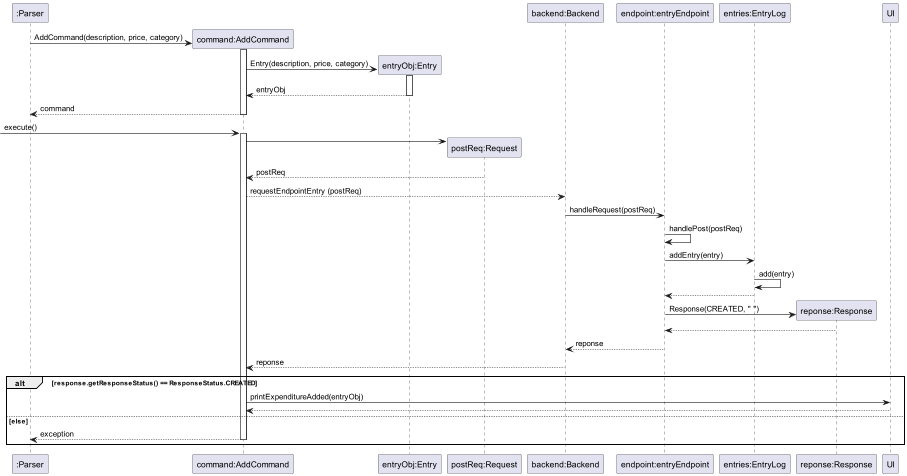
Earlier version of the PlantUML export docs/static/AddCommandSequenceDiagram.png (nus-cs2113-AY2223S2/tp). Its diagram source:
```plantuml
@startuml

participant ":Parser" as Parser
participant "command:AddCommand" as AddCommand
participant "entryObj:Entry" as Entry
participant "postReq:Request" as Request
participant "backend:Backend" as Backend
participant "endpoint:entryEndpoint" as Endpoint
participant "entries:EntryLog" as EntryLog
participant "reponse:Response" as Response
participant "UI" as UI

Parser -> AddCommand ** : AddCommand(description, price, category)
activate AddCommand
AddCommand -> Entry ** :Entry(description, price, category)
activate Entry
return entryObj
return command

-> AddCommand :execute()
activate AddCommand
AddCommand -> Request **
Request --> AddCommand : postReq
AddCommand --> Backend : requestEndpointEntry (postReq)
Backend -> Endpoint : handleRequest(postReq)
Endpoint -> Endpoint : handlePost(postReq)
Endpoint -> EntryLog : addEntry(entry)
EntryLog -> EntryLog : add(entry)
EntryLog --> Endpoint
Endpoint -> Response ** : Response(CREATED, " ")
Response --> Endpoint
Endpoint --> Backend : reponse
Backend --> AddCommand : reponse
alt response.getResponseStatus() == ResponseStatus.CREATED
    AddCommand -> UI : printExpenditureAdded(entryObj)
    UI --> AddCommand
else else
    AddCommand --> Parser : exception
        deactivate AddCommand
end







@enduml
```
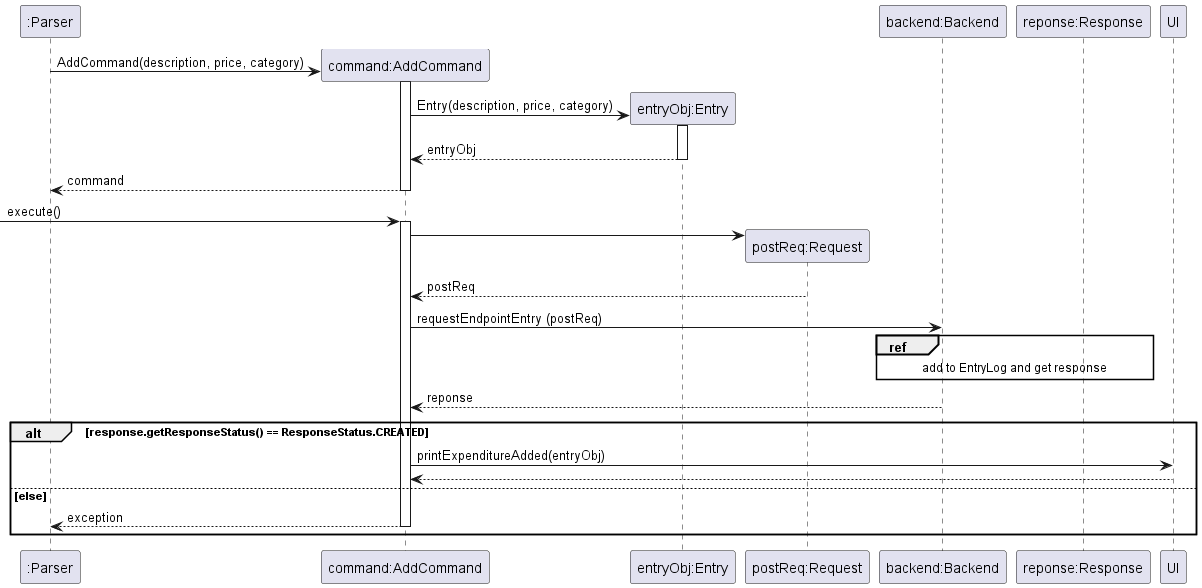
The same file after the commit.

Commit message:
Update sequence diagrams

Diff of the diagram source:
```diff
@@ -5,8 +5,7 @@
 participant "entryObj:Entry" as Entry
 participant "postReq:Request" as Request
 participant "backend:Backend" as Backend
-participant "endpoint:entryEndpoint" as Endpoint
-participant "entries:EntryLog" as EntryLog
+
 participant "reponse:Response" as Response
 participant "UI" as UI
 
@@ -21,15 +20,10 @@
 activate AddCommand
 AddCommand -> Request **
 Request --> AddCommand : postReq
-AddCommand --> Backend : requestEndpointEntry (postReq)
-Backend -> Endpoint : handleRequest(postReq)
-Endpoint -> Endpoint : handlePost(postReq)
-Endpoint -> EntryLog : addEntry(entry)
-EntryLog -> EntryLog : add(entry)
-EntryLog --> Endpoint
-Endpoint -> Response ** : Response(CREATED, " ")
-Response --> Endpoint
-Endpoint --> Backend : reponse
+AddCommand -> Backend : requestEndpointEntry (postReq)
+ref over Backend, Response
+add to EntryLog and get response
+end ref
 Backend --> AddCommand : reponse
 alt response.getResponseStatus() == ResponseStatus.CREATED
     AddCommand -> UI : printExpenditureAdded(entryObj)
@@ -42,7 +36,4 @@
 
 
 
-
-
-
 @enduml
```
